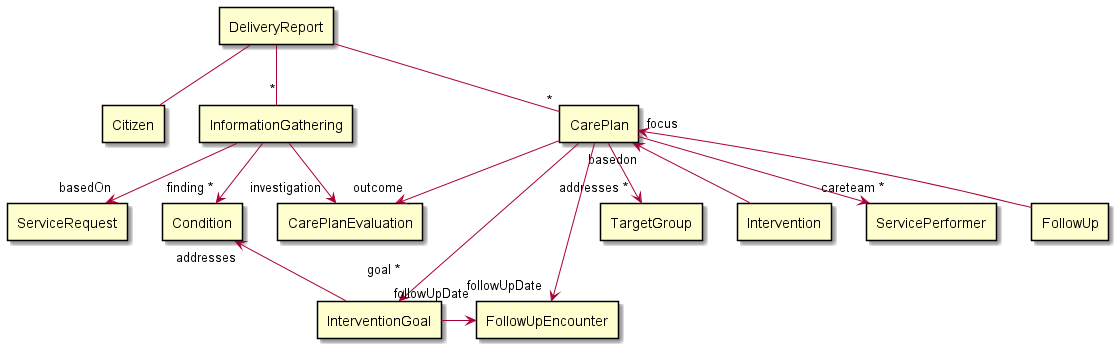
Before: input/images/DeliveryReport.png, a diagram exported from PlantUML (hl7dk/kl-ffb-reporting). The source it was exported from:
```plantuml
@startuml DeliveryReport

rectangle "DeliveryReport" as report

rectangle "Citizen" as citizen
rectangle "ServiceRequest" as request

rectangle "InformationGathering" as information

rectangle "CarePlan" as careplan

rectangle "InterventionGoal" as goal
rectangle "FollowUpEncounter" as encounter

rectangle "Condition" as condition

rectangle "CarePlanEvaluation" as careplanevaluation

rectangle "TargetGroup" as targetgroup

rectangle "Intervention" as intervention
rectangle "ServicePerformer" as provider

rectangle "FollowUp" as followup

report -- citizen
report --"*" information
report --"*" careplan

information -->"finding *" condition
information -->"investigation" careplanevaluation

information -->"basedOn" request
careplan -->"goal *\n" goal
careplan -->"outcome" careplanevaluation
careplan -->"addresses *" targetgroup
careplan "basedon"<-- intervention
careplan -->"careteam *" provider
careplan "focus"<-- followup
condition "addresses"<-- goal

careplan -->"followUpDate" encounter
goal ->"followUpDate" encounter
@enduml
```
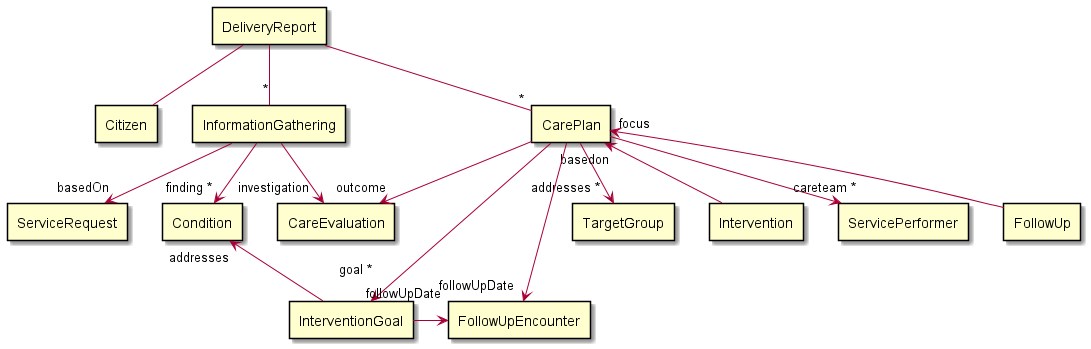
After the commit.

The edit, as a diff of the source:
```diff
@@ -14,7 +14,7 @@
 
 rectangle "Condition" as condition
 
-rectangle "CarePlanEvaluation" as careplanevaluation
+rectangle "CareEvaluation" as careplanevaluation
 
 rectangle "TargetGroup" as targetgroup
 
```
